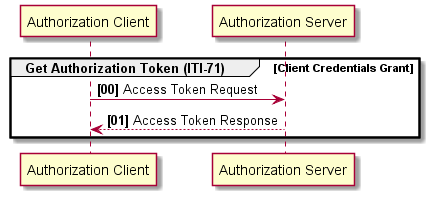
Earlier version of the PlantUML export media/client-credential-grant.png (IHE/ITI.IUA). Its diagram source:
```plantuml
@startuml client-credential-grant

participant "Authorization Client" as Client
participant "Authorization Server" as AuthzServer

autonumber 0 1 "<b>[00]</b>"

group Get Authorization Token (ITI-71) [Client Credentials Grant]
Client -> AuthzServer: Access Token Request
AuthzServer --> Client: Access Token Response
end

autonumber stop

@enduml
```
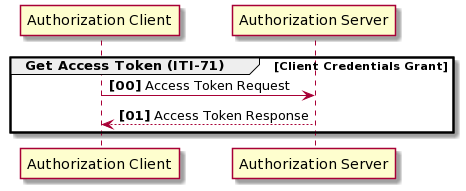
The same file after the commit.

Commit message:
change Authorization Token to Access Token. closes #17

The edit, as a diff of the source:
```diff
@@ -1,15 +1,13 @@
-@startuml client-credential-grant
-
+@startuml
 participant "Authorization Client" as Client
 participant "Authorization Server" as AuthzServer
 
 autonumber 0 1 "<b>[00]</b>"
 
-group Get Authorization Token (ITI-71) [Client Credentials Grant]
+group Get Access Token (ITI-71) [Client Credentials Grant]
 Client -> AuthzServer: Access Token Request
 AuthzServer --> Client: Access Token Response
 end
 
 autonumber stop
-
 @enduml
```
